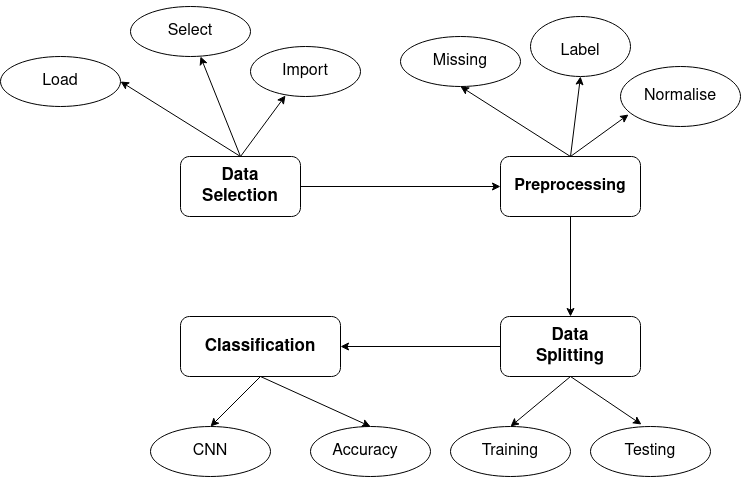
Earlier version of the draw.io export ER Diagram.drawio.png (ThenmozhiBalasubramanian/mcaProjectDiagram). Source tidied: cells renumbered, new cells last; positions are measured from the earlier drawing's top-left corner, leaving out a move shared by most shapes.
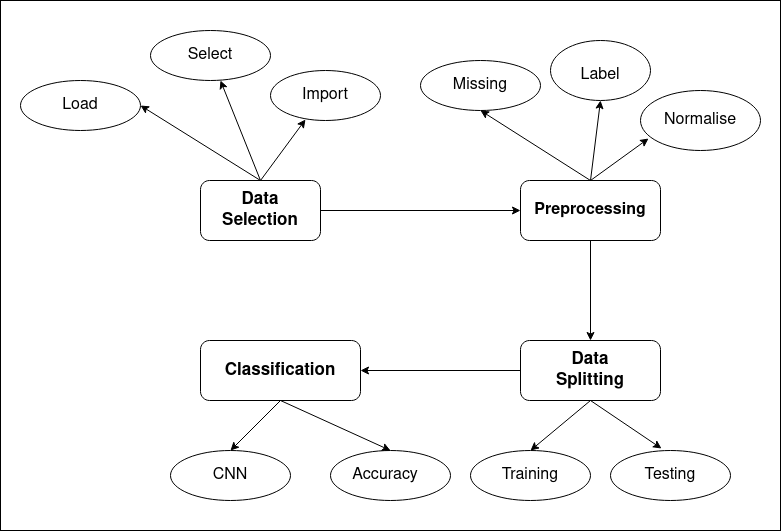
After the commit.

Change to the diagram source:
```diff
@@ -2,6 +2,9 @@
   <root>
     <mxCell id="0" />
     <mxCell id="1" parent="0" />
+    <mxCell id="43" style="rounded=0;whiteSpace=wrap;html=1;" parent="1" vertex="1">
+      <mxGeometry x="-20" y="-30" width="780" height="530" as="geometry" />
+    </mxCell>
     <mxCell id="2" style="rounded=1;whiteSpace=wrap;html=1;" parent="1" vertex="1">
       <mxGeometry x="180" y="310" width="160" height="60" as="geometry" />
     </mxCell>
```
